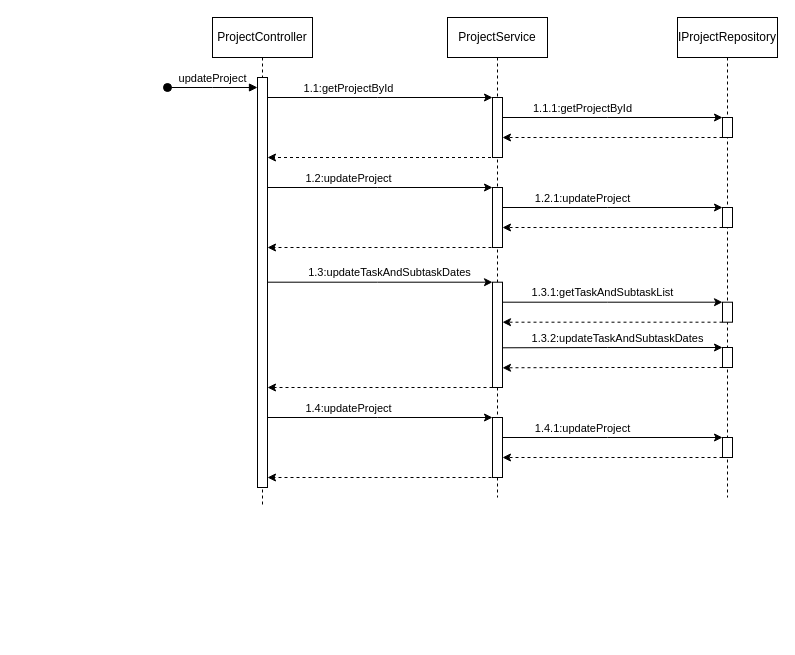
Atributties/ProjectPeak keeps this draw.io diagram as docs/Unavngivet diagram.drawio. Above is the earlier version. Source tidied: cells renumbered, new cells numbered last; positions are measured from the earlier drawing's top-left corner, leaving out a move shared by most shapes. Both pictures are drawn from the tidied source at 100%, with x=0, y=0 at pixel (167, 17).
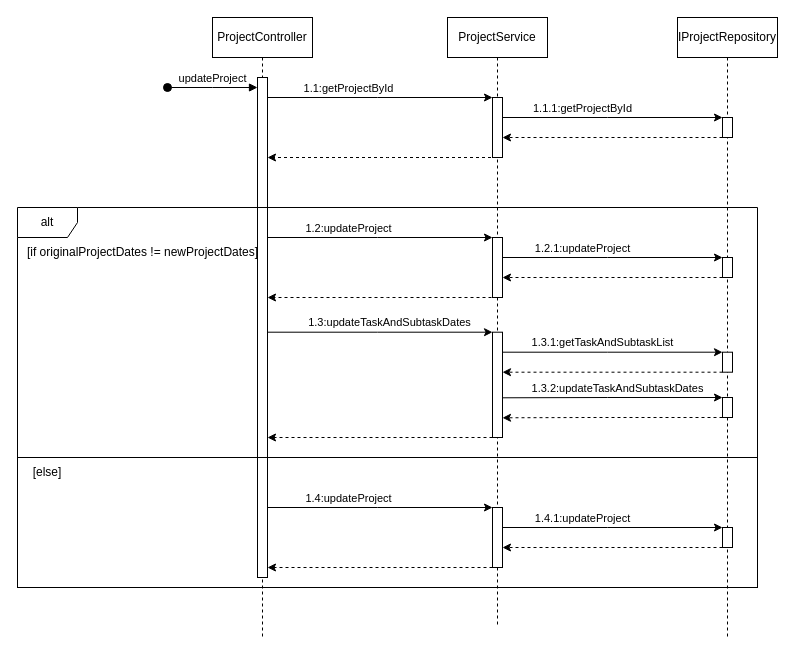
Above is the later version.

Commit message (it also covers changes not shown here):
updateProject_sequenceDiagram

What changed in the source:
```diff
@@
     <mxCell id="2" value="ProjectController" style="shape=umlLifeline;perimeter=lifelinePerimeter;whiteSpace=wrap;html=1;newEdgeStyle={&quot;edgeStyle&quot;:&quot;elbowEdgeStyle&quot;,&quot;elbow&quot;:&quot;vertical&quot;,&quot;curved&quot;:0,&quot;rounded&quot;:0};" parent="1" vertex="1">
-      <mxGeometry x="45" width="100" height="490" as="geometry" />
+      <mxGeometry x="45" width="100" height="620" as="geometry" />
     </mxCell>
@@
     <mxCell id="4" value="ProjectService" style="shape=umlLifeline;perimeter=lifelinePerimeter;whiteSpace=wrap;html=1;outlineConnect=0;portConstraint=eastwest;newEdgeStyle={&quot;edgeStyle&quot;:&quot;elbowEdgeStyle&quot;,&quot;elbow&quot;:&quot;vertical&quot;,&quot;curved&quot;:0,&quot;rounded&quot;:0};" parent="1" vertex="1">
-      <mxGeometry x="280" width="100" height="480" as="geometry" />
+      <mxGeometry x="280" width="100" height="610" as="geometry" />
     </mxCell>
     <mxCell id="5" style="html=1;points=[];perimeter=orthogonalPerimeter;outlineConnect=0;targetShapes=umlLifeline;portConstraint=eastwest;newEdgeStyle={&quot;edgeStyle&quot;:&quot;elbowEdgeStyle&quot;,&quot;elbow&quot;:&quot;vertical&quot;,&quot;curved&quot;:0,&quot;rounded&quot;:0};" parent="1" vertex="1">
-      <mxGeometry x="90" y="60" width="10" height="410" as="geometry" />
+      <mxGeometry x="90" y="60" width="10" height="500" as="geometry" />
     </mxCell>
@@
     <mxCell id="13" value="IProjectRepository" style="shape=umlLifeline;perimeter=lifelinePerimeter;whiteSpace=wrap;html=1;newEdgeStyle={&quot;edgeStyle&quot;:&quot;elbowEdgeStyle&quot;,&quot;elbow&quot;:&quot;vertical&quot;,&quot;curved&quot;:0,&quot;rounded&quot;:0};" parent="1" vertex="1">
-      <mxGeometry x="510" width="100" height="480" as="geometry" />
+      <mxGeometry x="510" width="100" height="620" as="geometry" />
     </mxCell>
@@
     <mxCell id="15" style="html=1;points=[];perimeter=orthogonalPerimeter;outlineConnect=0;targetShapes=umlLifeline;portConstraint=eastwest;newEdgeStyle={&quot;edgeStyle&quot;:&quot;elbowEdgeStyle&quot;,&quot;elbow&quot;:&quot;vertical&quot;,&quot;curved&quot;:0,&quot;rounded&quot;:0};" parent="13" vertex="1">
-      <mxGeometry x="45" y="190" width="10" height="20" as="geometry" />
+      <mxGeometry x="45" y="240" width="10" height="20" as="geometry" />
     </mxCell>
     <mxCell id="16" style="html=1;points=[];perimeter=orthogonalPerimeter;outlineConnect=0;targetShapes=umlLifeline;portConstraint=eastwest;newEdgeStyle={&quot;edgeStyle&quot;:&quot;elbowEdgeStyle&quot;,&quot;elbow&quot;:&quot;vertical&quot;,&quot;curved&quot;:0,&quot;rounded&quot;:0};" parent="13" vertex="1">
-      <mxGeometry x="45" y="284.7" width="10" height="20" as="geometry" />
+      <mxGeometry x="45" y="334.7" width="10" height="20" as="geometry" />
     </mxCell>
     <mxCell id="17" style="html=1;points=[];perimeter=orthogonalPerimeter;outlineConnect=0;targetShapes=umlLifeline;portConstraint=eastwest;newEdgeStyle={&quot;edgeStyle&quot;:&quot;elbowEdgeStyle&quot;,&quot;elbow&quot;:&quot;vertical&quot;,&quot;curved&quot;:0,&quot;rounded&quot;:0};" parent="13" vertex="1">
-      <mxGeometry x="45" y="330" width="10" height="20" as="geometry" />
+      <mxGeometry x="45" y="380" width="10" height="20" as="geometry" />
     </mxCell>
+    <mxCell id="35" style="html=1;points=[];perimeter=orthogonalPerimeter;outlineConnect=0;targetShapes=umlLifeline;portConstraint=eastwest;newEdgeStyle={&quot;edgeStyle&quot;:&quot;elbowEdgeStyle&quot;,&quot;elbow&quot;:&quot;vertical&quot;,&quot;curved&quot;:0,&quot;rounded&quot;:0};" parent="13" vertex="1">
+      <mxGeometry x="45" y="510" width="10" height="20" as="geometry" />
+    </mxCell>
     <mxCell id="18" style="html=1;points=[];perimeter=orthogonalPerimeter;outlineConnect=0;targetShapes=umlLifeline;portConstraint=eastwest;newEdgeStyle={&quot;edgeStyle&quot;:&quot;elbowEdgeStyle&quot;,&quot;elbow&quot;:&quot;vertical&quot;,&quot;curved&quot;:0,&quot;rounded&quot;:0};" parent="1" vertex="1">
-      <mxGeometry x="325" y="170" width="10" height="60" as="geometry" />
+      <mxGeometry x="325" y="220" width="10" height="60" as="geometry" />
     </mxCell>
     <mxCell id="19" style="endArrow=classic;html=1;rounded=0;" parent="1" edge="1" target="18">
       <mxGeometry relative="1" as="geometry">
-        <mxPoint x="100" y="170" as="sourcePoint" />
+        <mxPoint x="100" y="220" as="sourcePoint" />
         <Array as="points">
-          <mxPoint x="210" y="170" />
+          <mxPoint x="210" y="220" />
         </Array>
       </mxGeometry>
     </mxCell>
@@
     <mxCell id="21" style="endArrow=classic;html=1;rounded=0;" parent="1" edge="1" source="18" target="15">
       <mxGeometry relative="1" as="geometry">
         <Array as="points">
-          <mxPoint x="440" y="190" />
+          <mxPoint x="440" y="240" />
         </Array>
       </mxGeometry>
     </mxCell>
@@
     <mxCell id="23" style="endArrow=classic;html=1;rounded=0;dashed=1;" parent="1" edge="1" source="15" target="18">
       <mxGeometry relative="1" as="geometry">
         <Array as="points">
-          <mxPoint x="420" y="210" />
+          <mxPoint x="420" y="260" />
         </Array>
       </mxGeometry>
     </mxCell>
     <mxCell id="24" style="endArrow=classic;html=1;rounded=0;dashed=1;" parent="1" edge="1">
       <mxGeometry relative="1" as="geometry">
-        <mxPoint x="330" y="230" as="sourcePoint" />
-        <mxPoint x="100" y="230" as="targetPoint" />
+        <mxPoint x="330" y="280" as="sourcePoint" />
+        <mxPoint x="100" y="280" as="targetPoint" />
         <Array as="points">
-          <mxPoint x="220" y="230" />
+          <mxPoint x="220" y="280" />
         </Array>
       </mxGeometry>
     </mxCell>
     <mxCell id="25" style="html=1;points=[];perimeter=orthogonalPerimeter;outlineConnect=0;targetShapes=umlLifeline;portConstraint=eastwest;newEdgeStyle={&quot;edgeStyle&quot;:&quot;elbowEdgeStyle&quot;,&quot;elbow&quot;:&quot;vertical&quot;,&quot;curved&quot;:0,&quot;rounded&quot;:0};" parent="1" vertex="1">
-      <mxGeometry x="325" y="264.7" width="10" height="105.3" as="geometry" />
+      <mxGeometry x="325" y="314.7" width="10" height="105.3" as="geometry" />
     </mxCell>
     <mxCell id="26" style="endArrow=classic;html=1;rounded=0;" parent="1" edge="1" target="25">
       <mxGeometry relative="1" as="geometry">
-        <mxPoint x="100" y="264.7" as="sourcePoint" />
+        <mxPoint x="100" y="314.7" as="sourcePoint" />
         <Array as="points">
-          <mxPoint x="210" y="264.7" />
+          <mxPoint x="210" y="314.7" />
         </Array>
       </mxGeometry>
     </mxCell>
@@
     <mxCell id="28" style="endArrow=classic;html=1;rounded=0;" parent="1" edge="1" source="25" target="16">
       <mxGeometry relative="1" as="geometry">
         <Array as="points">
-          <mxPoint x="440" y="284.7" />
+          <mxPoint x="440" y="334.7" />
         </Array>
       </mxGeometry>
     </mxCell>
@@
     <mxCell id="30" style="endArrow=classic;html=1;rounded=0;dashed=1;" parent="1" edge="1" source="16" target="25">
       <mxGeometry relative="1" as="geometry">
         <Array as="points">
-          <mxPoint x="420" y="304.7" />
+          <mxPoint x="420" y="354.7" />
         </Array>
       </mxGeometry>
     </mxCell>
-    <mxCell id="31" style="endArrow=classic;html=1;rounded=0;dashed=1;" parent="1" edge="1" source="25" target="5">
+    <mxCell id="31" style="endArrow=classic;html=1;rounded=0;dashed=1;" parent="1" edge="1" source="25">
       <mxGeometry relative="1" as="geometry">
+        <mxPoint x="100" y="420" as="targetPoint" />
         <Array as="points">
-          <mxPoint x="220" y="370" />
+          <mxPoint x="220" y="420" />
         </Array>
       </mxGeometry>
     </mxCell>
     <mxCell id="32" style="endArrow=classic;html=1;rounded=0;" parent="1" edge="1" target="17">
       <mxGeometry relative="1" as="geometry">
-        <mxPoint x="335" y="330.3" as="sourcePoint" />
+        <mxPoint x="335" y="380.3" as="sourcePoint" />
         <Array as="points">
-          <mxPoint x="440" y="330" />
+          <mxPoint x="440" y="380" />
         </Array>
       </mxGeometry>
     </mxCell>
@@
     <mxCell id="34" style="endArrow=classic;html=1;rounded=0;dashed=1;" parent="1" edge="1" source="17">
       <mxGeometry relative="1" as="geometry">
-        <mxPoint x="335" y="350.3" as="targetPoint" />
+        <mxPoint x="335" y="400.3" as="targetPoint" />
         <Array as="points">
-          <mxPoint x="420" y="350" />
+          <mxPoint x="420" y="400" />
         </Array>
       </mxGeometry>
     </mxCell>
-    <mxCell id="35" style="html=1;points=[];perimeter=orthogonalPerimeter;outlineConnect=0;targetShapes=umlLifeline;portConstraint=eastwest;newEdgeStyle={&quot;edgeStyle&quot;:&quot;elbowEdgeStyle&quot;,&quot;elbow&quot;:&quot;vertical&quot;,&quot;curved&quot;:0,&quot;rounded&quot;:0};" parent="1" vertex="1">
-      <mxGeometry x="555" y="420" width="10" height="20" as="geometry" />
-    </mxCell>
     <mxCell id="36" style="html=1;points=[];perimeter=orthogonalPerimeter;outlineConnect=0;targetShapes=umlLifeline;portConstraint=eastwest;newEdgeStyle={&quot;edgeStyle&quot;:&quot;elbowEdgeStyle&quot;,&quot;elbow&quot;:&quot;vertical&quot;,&quot;curved&quot;:0,&quot;rounded&quot;:0};" parent="1" vertex="1">
-      <mxGeometry x="325" y="400" width="10" height="60" as="geometry" />
+      <mxGeometry x="325" y="490" width="10" height="60" as="geometry" />
     </mxCell>
     <mxCell id="37" style="endArrow=classic;html=1;rounded=0;" parent="1" edge="1" target="36">
       <mxGeometry relative="1" as="geometry">
-        <mxPoint x="100" y="400" as="sourcePoint" />
+        <mxPoint x="100" y="490" as="sourcePoint" />
         <Array as="points">
-          <mxPoint x="210" y="400" />
+          <mxPoint x="210" y="490" />
         </Array>
       </mxGeometry>
     </mxCell>
@@
     <mxCell id="39" style="endArrow=classic;html=1;rounded=0;" parent="1" edge="1" source="36" target="35">
       <mxGeometry relative="1" as="geometry">
         <Array as="points">
-          <mxPoint x="440" y="420" />
+          <mxPoint x="440" y="510" />
         </Array>
       </mxGeometry>
     </mxCell>
@@
     <mxCell id="41" style="endArrow=classic;html=1;rounded=0;dashed=1;" parent="1" edge="1" source="35" target="36">
       <mxGeometry relative="1" as="geometry">
         <Array as="points">
-          <mxPoint x="420" y="440" />
+          <mxPoint x="420" y="530" />
         </Array>
       </mxGeometry>
     </mxCell>
-    <mxCell id="42" style="endArrow=classic;html=1;rounded=0;dashed=1;" parent="1" edge="1">
+    <mxCell id="42" style="endArrow=classic;html=1;rounded=0;dashed=1;" parent="1" edge="1" source="36">
       <mxGeometry relative="1" as="geometry">
-        <mxPoint x="330" y="460" as="sourcePoint" />
-        <mxPoint x="100" y="460" as="targetPoint" />
+        <mxPoint x="100" y="550" as="targetPoint" />
         <Array as="points">
-          <mxPoint x="220" y="460" />
+          <mxPoint x="220" y="550" />
         </Array>
       </mxGeometry>
     </mxCell>
+    <mxCell id="43" value="alt" style="shape=umlFrame;whiteSpace=wrap;html=1;" parent="1" vertex="1">
+      <mxGeometry x="-150" y="190" width="740" height="250" as="geometry" />
+    </mxCell>
+    <mxCell id="44" style="verticalAlign=top;align=left;overflow=fill;fontSize=12;fontFamily=Helvetica;html=1;whiteSpace=wrap;fillColor=none;" parent="1" vertex="1">
+      <mxGeometry x="-150" y="440" width="740" height="130" as="geometry" />
+    </mxCell>
+    <mxCell id="45" value="[if originalProjectDates != newProjectDates] " style="text;html=1;align=center;verticalAlign=middle;strokeColor=none;fillColor=none;" parent="1" vertex="1">
+      <mxGeometry x="-150" y="220" width="250" height="30" as="geometry" />
+    </mxCell>
+    <mxCell id="46" value="[else]" style="text;html=1;strokeColor=none;fillColor=none;align=center;verticalAlign=middle;whiteSpace=wrap;rounded=0;" parent="1" vertex="1">
+      <mxGeometry x="-150" y="440" width="60" height="30" as="geometry" />
+    </mxCell>
```
